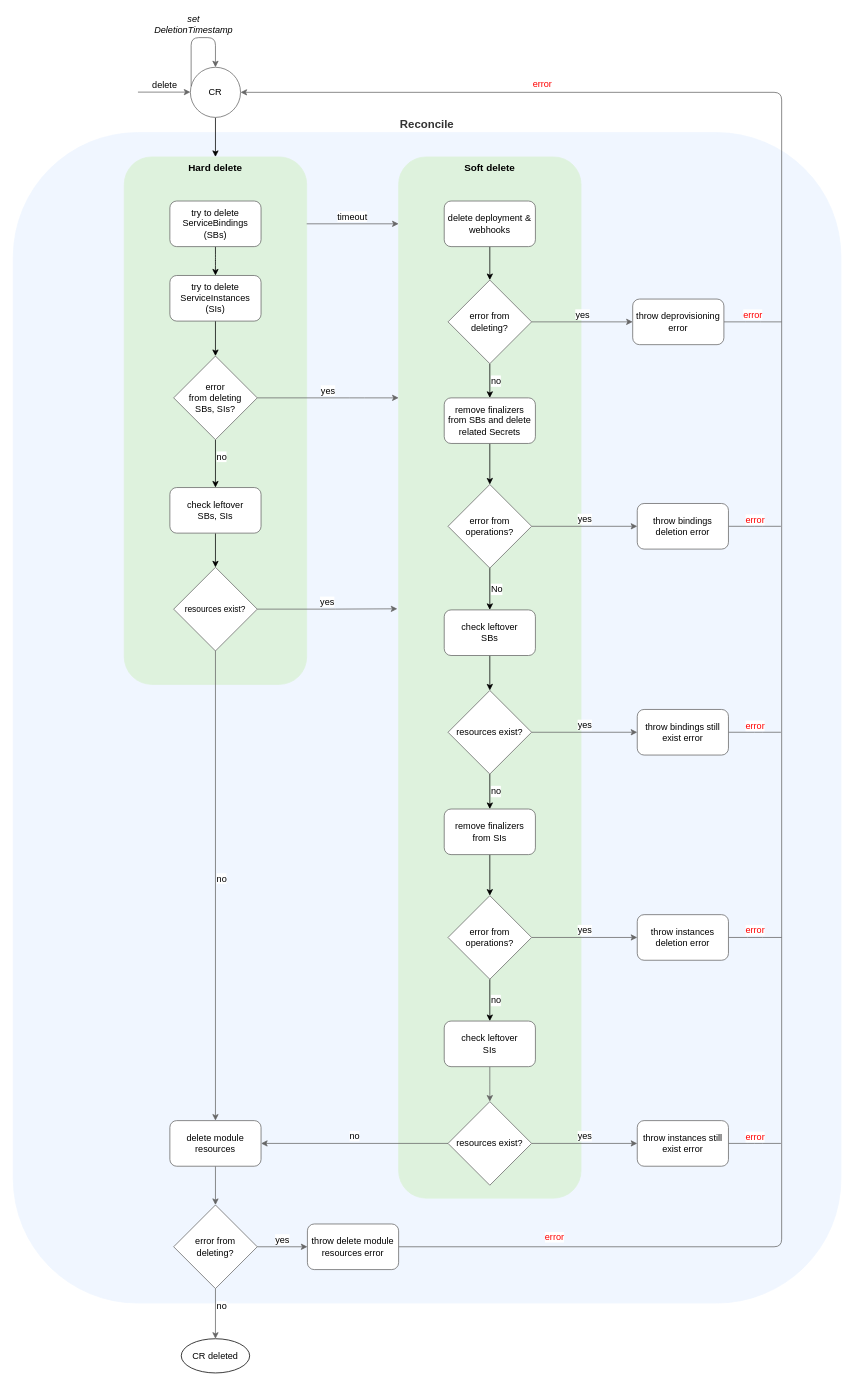
This is docs/assets/activity_deprovisioning.drawio from kyma-project/btp-manager, a draw.io file, before an edit. Source tidied: cells renumbered, new cells numbered last; positions are measured from the earlier drawing's top-left corner, leaving out a move shared by most shapes. Both pictures are drawn from the tidied source at 76%, with x=0, y=0 at pixel (13, 37).
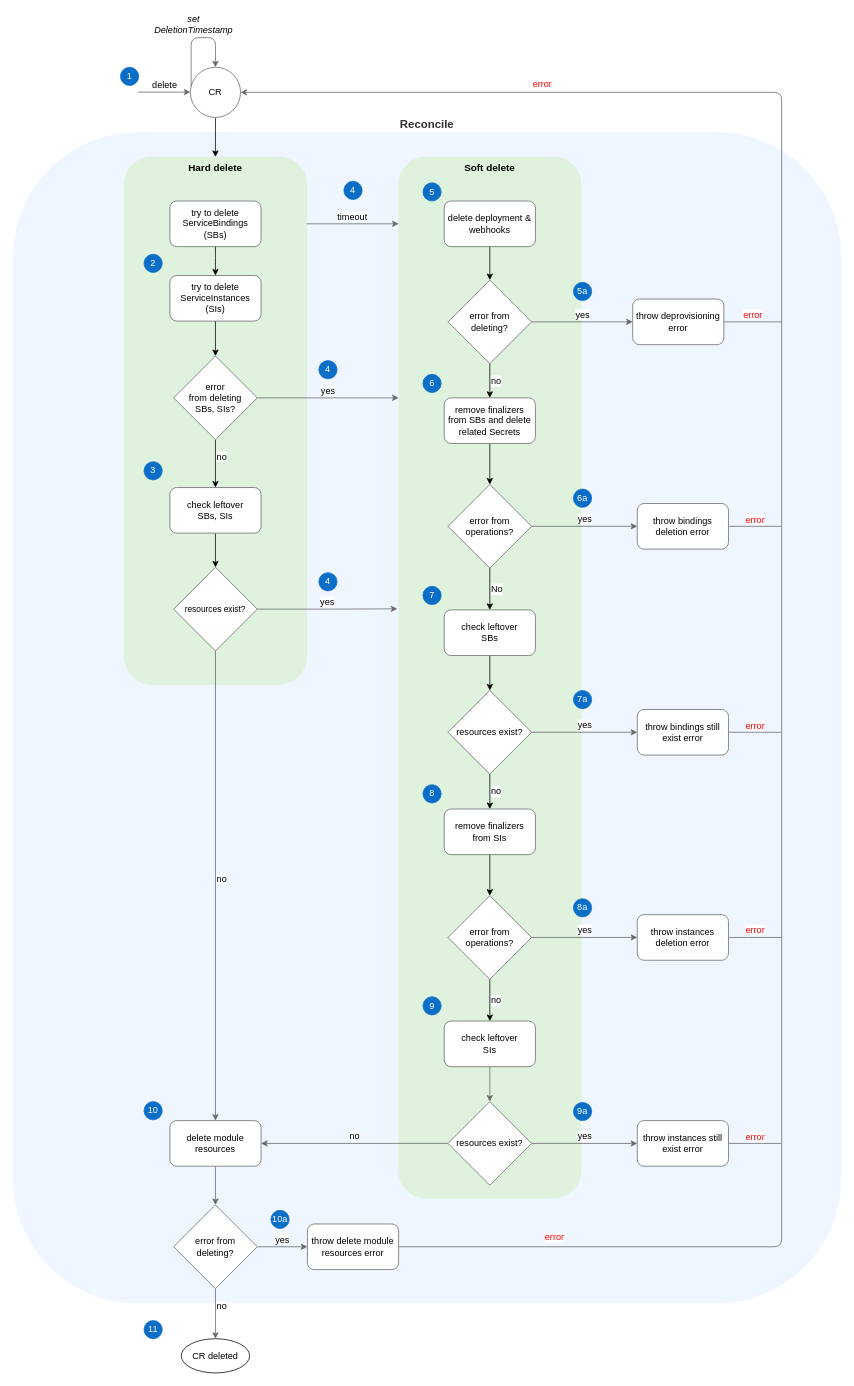
The same diagram, later.

What changed in the source:
```diff
@@
+    <mxCell id="68" value="&lt;font color=&quot;#ffffff&quot;&gt;1&lt;/font&gt;" style="ellipse;whiteSpace=wrap;html=1;fillColor=#0a6ec7;strokeColor=#0a6ec7;" parent="1" vertex="1">
+      <mxGeometry x="141" y="39" width="24" height="24" as="geometry" />
+    </mxCell>
+    <mxCell id="69" value="&lt;font color=&quot;#ffffff&quot;&gt;2&lt;/font&gt;" style="ellipse;whiteSpace=wrap;html=1;fillColor=#0a6ec7;strokeColor=#0a6ec7;" parent="1" vertex="1">
+      <mxGeometry x="172" y="285" width="24" height="24" as="geometry" />
+    </mxCell>
+    <mxCell id="70" value="&lt;font color=&quot;#ffffff&quot;&gt;3&lt;/font&gt;" style="ellipse;whiteSpace=wrap;html=1;fillColor=#0a6ec7;strokeColor=#0a6ec7;" parent="1" vertex="1">
+      <mxGeometry x="172" y="558" width="24" height="24" as="geometry" />
+    </mxCell>
+    <mxCell id="71" value="&lt;font color=&quot;#ffffff&quot;&gt;4&lt;/font&gt;" style="ellipse;whiteSpace=wrap;html=1;fillColor=#0a6ec7;strokeColor=#0a6ec7;" parent="1" vertex="1">
+      <mxGeometry x="435" y="189" width="24" height="24" as="geometry" />
+    </mxCell>
+    <mxCell id="72" value="&lt;font color=&quot;#ffffff&quot;&gt;4&lt;/font&gt;" style="ellipse;whiteSpace=wrap;html=1;fillColor=#0a6ec7;strokeColor=#0a6ec7;" parent="1" vertex="1">
+      <mxGeometry x="402" y="425" width="24" height="24" as="geometry" />
+    </mxCell>
+    <mxCell id="73" value="&lt;font color=&quot;#ffffff&quot;&gt;5a&lt;/font&gt;" style="ellipse;whiteSpace=wrap;html=1;fillColor=#0a6ec7;strokeColor=#0a6ec7;" parent="1" vertex="1">
+      <mxGeometry x="737" y="322" width="24" height="24" as="geometry" />
+    </mxCell>
+    <mxCell id="74" value="&lt;font color=&quot;#ffffff&quot;&gt;5&lt;/font&gt;" style="ellipse;whiteSpace=wrap;html=1;fillColor=#0a6ec7;strokeColor=#0a6ec7;" parent="1" vertex="1">
+      <mxGeometry x="539" y="191" width="24" height="24" as="geometry" />
+    </mxCell>
+    <mxCell id="75" value="&lt;font color=&quot;#ffffff&quot;&gt;10&lt;/font&gt;" style="ellipse;whiteSpace=wrap;html=1;fillColor=#0a6ec7;strokeColor=#0a6ec7;" parent="1" vertex="1">
+      <mxGeometry x="172" y="1400" width="24" height="24" as="geometry" />
+    </mxCell>
+    <mxCell id="76" value="&lt;font color=&quot;#ffffff&quot;&gt;6&lt;/font&gt;" style="ellipse;whiteSpace=wrap;html=1;fillColor=#0a6ec7;strokeColor=#0a6ec7;" parent="1" vertex="1">
+      <mxGeometry x="539" y="443" width="24" height="24" as="geometry" />
+    </mxCell>
+    <mxCell id="77" value="&lt;font color=&quot;#ffffff&quot;&gt;4&lt;/font&gt;" style="ellipse;whiteSpace=wrap;html=1;fillColor=#0a6ec7;strokeColor=#0a6ec7;" parent="1" vertex="1">
+      <mxGeometry x="402" y="704" width="24" height="24" as="geometry" />
+    </mxCell>
+    <mxCell id="78" value="&lt;font color=&quot;#ffffff&quot;&gt;7&lt;/font&gt;" style="ellipse;whiteSpace=wrap;html=1;fillColor=#0a6ec7;strokeColor=#0a6ec7;" parent="1" vertex="1">
+      <mxGeometry x="539" y="722" width="24" height="24" as="geometry" />
+    </mxCell>
+    <mxCell id="79" value="&lt;font color=&quot;#ffffff&quot;&gt;8&lt;/font&gt;" style="ellipse;whiteSpace=wrap;html=1;fillColor=#0a6ec7;strokeColor=#0a6ec7;" parent="1" vertex="1">
+      <mxGeometry x="539" y="983" width="24" height="24" as="geometry" />
+    </mxCell>
+    <mxCell id="80" value="&lt;font color=&quot;#ffffff&quot;&gt;9&lt;/font&gt;" style="ellipse;whiteSpace=wrap;html=1;fillColor=#0a6ec7;strokeColor=#0a6ec7;" parent="1" vertex="1">
+      <mxGeometry x="539" y="1262" width="24" height="24" as="geometry" />
+    </mxCell>
+    <mxCell id="81" value="&lt;font color=&quot;#ffffff&quot;&gt;11&lt;/font&gt;" style="ellipse;whiteSpace=wrap;html=1;fillColor=#0a6ec7;strokeColor=#0a6ec7;" parent="1" vertex="1">
+      <mxGeometry x="172" y="1688" width="24" height="24" as="geometry" />
+    </mxCell>
+    <mxCell id="82" value="&lt;font color=&quot;#ffffff&quot;&gt;6a&lt;/font&gt;" style="ellipse;whiteSpace=wrap;html=1;fillColor=#0a6ec7;strokeColor=#0a6ec7;" parent="1" vertex="1">
+      <mxGeometry x="737" y="594" width="24" height="24" as="geometry" />
+    </mxCell>
+    <mxCell id="83" value="&lt;font color=&quot;#ffffff&quot;&gt;7a&lt;/font&gt;" style="ellipse;whiteSpace=wrap;html=1;fillColor=#0a6ec7;strokeColor=#0a6ec7;" parent="1" vertex="1">
+      <mxGeometry x="737" y="859" width="24" height="24" as="geometry" />
+    </mxCell>
+    <mxCell id="84" value="&lt;font color=&quot;#ffffff&quot;&gt;8a&lt;/font&gt;" style="ellipse;whiteSpace=wrap;html=1;fillColor=#0a6ec7;strokeColor=#0a6ec7;" parent="1" vertex="1">
+      <mxGeometry x="737" y="1133" width="24" height="24" as="geometry" />
+    </mxCell>
+    <mxCell id="85" value="&lt;font color=&quot;#ffffff&quot;&gt;9a&lt;/font&gt;" style="ellipse;whiteSpace=wrap;html=1;fillColor=#0a6ec7;strokeColor=#0a6ec7;" parent="1" vertex="1">
+      <mxGeometry x="737" y="1401" width="24" height="24" as="geometry" />
+    </mxCell>
+    <mxCell id="86" value="&lt;font color=&quot;#ffffff&quot;&gt;10a&lt;/font&gt;" style="ellipse;whiteSpace=wrap;html=1;fillColor=#0a6ec7;strokeColor=#0a6ec7;" parent="1" vertex="1">
+      <mxGeometry x="339" y="1543" width="24" height="24" as="geometry" />
+    </mxCell>
```
